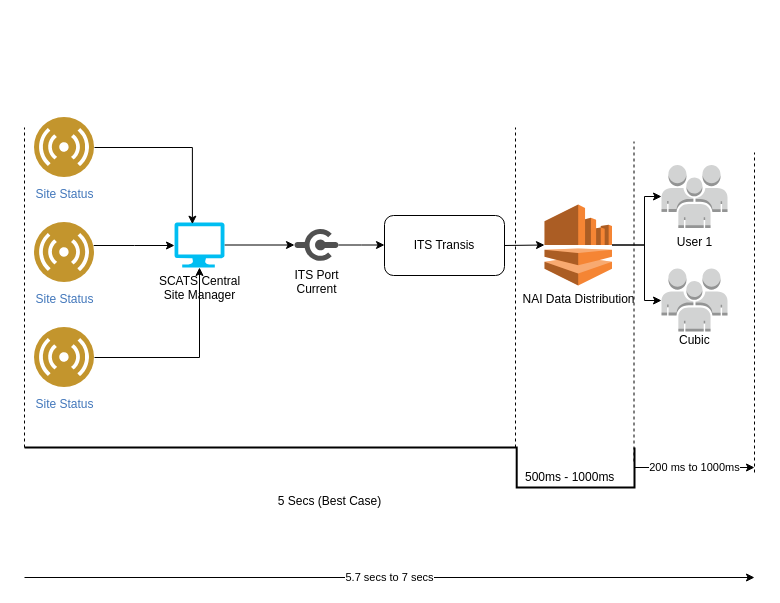
Earlier version of the draw.io diagram page "What if we do with transis" (2 of 3) of Cubic overview.drawio (bi3technologies/demos). Source tidied: cells renumbered, new cells numbered last; positions are measured from the earlier drawing's top-left corner, leaving out a move shared by most shapes. Both pictures are drawn from the tidied source at 100%, with x=0, y=0 at pixel (24, 117).
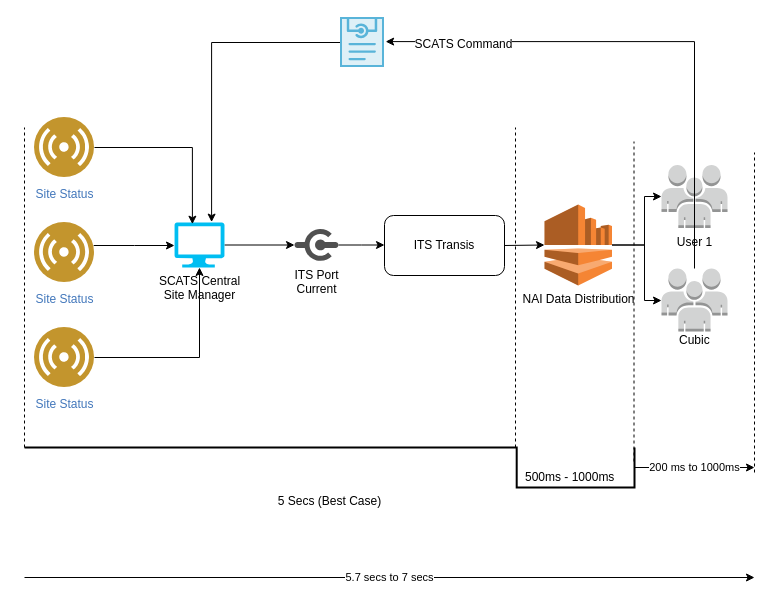
Above is the later version.

Unchanged cells that the change refers to:
```xml
<mxCell id="5" value="SCATS Central&lt;br&gt;Site Manager" style="verticalLabelPosition=bottom;html=1;verticalAlign=top;align=center;strokeColor=none;fillColor=#00BEF2;shape=mxgraph.azure.computer;" parent="1" vertex="1">
  <mxGeometry x="150" y="105" width="50" height="45" as="geometry" />
</mxCell>
<mxCell id="21" style="outlineConnect=0;dashed=0;verticalLabelPosition=bottom;verticalAlign=top;align=center;html=1;shape=mxgraph.aws3.users;fillColor=#D2D3D3;gradientColor=none;" parent="1" vertex="1">
  <mxGeometry x="637" y="151" width="66" height="63" as="geometry" />
</mxCell>
```

Diff of the diagram source:
```diff
@@
+    <mxCell id="28" style="edgeStyle=orthogonalEdgeStyle;rounded=0;jettySize=auto;html=1;entryX=1.026;entryY=0.482;entryDx=0;entryDy=0;entryPerimeter=0;" parent="1" edge="1" source="21" target="31">
+      <mxGeometry relative="1" as="geometry">
+        <Array as="points">
+          <mxPoint x="670" y="-76" />
+        </Array>
+      </mxGeometry>
+    </mxCell>
+    <mxCell id="29" value="SCATS Command" style="text;html=1;align=center;verticalAlign=middle;labelBackgroundColor=#ffffff;" parent="28" vertex="1">
+      <mxGeometry x="0.71" y="2" relative="1" as="geometry" />
+    </mxCell>
@@
+    <mxCell id="30" style="edgeStyle=orthogonalEdgeStyle;rounded=0;jettySize=auto;html=1;entryX=0.742;entryY=-0.009;entryDx=0;entryDy=0;entryPerimeter=0;" parent="1" edge="1" source="31" target="5">
+      <mxGeometry relative="1" as="geometry" />
+    </mxCell>
+    <mxCell id="31" style="html=1;perimeter=none;align=center;shadow=0;dashed=0;image;fontSize=12;image=img/lib/mscae/APIDefinition.svg;" parent="1" vertex="1">
+      <mxGeometry x="316" y="-100" width="44" height="50" as="geometry" />
+    </mxCell>
```
